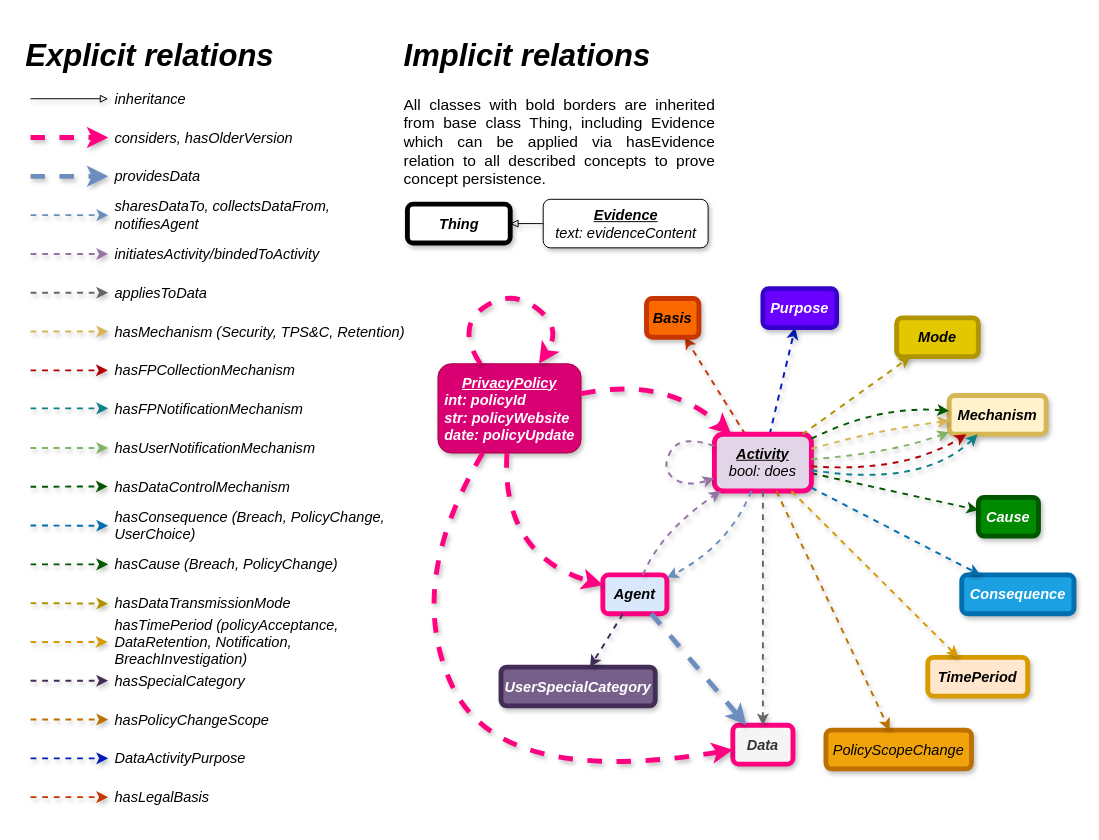
The draw.io diagram page "core" (2 of 2) of resources/docs/outdated/v1.1.2/ontology.drawio in kuznetsovmd/pp-ontology, before the edit. Source tidied: cells renumbered, new cells numbered last; positions are measured from the earlier drawing's top-left corner, leaving out a move shared by most shapes. Both pictures are drawn from the tidied source at 97%, with x=0, y=0 at pixel (20, 26).
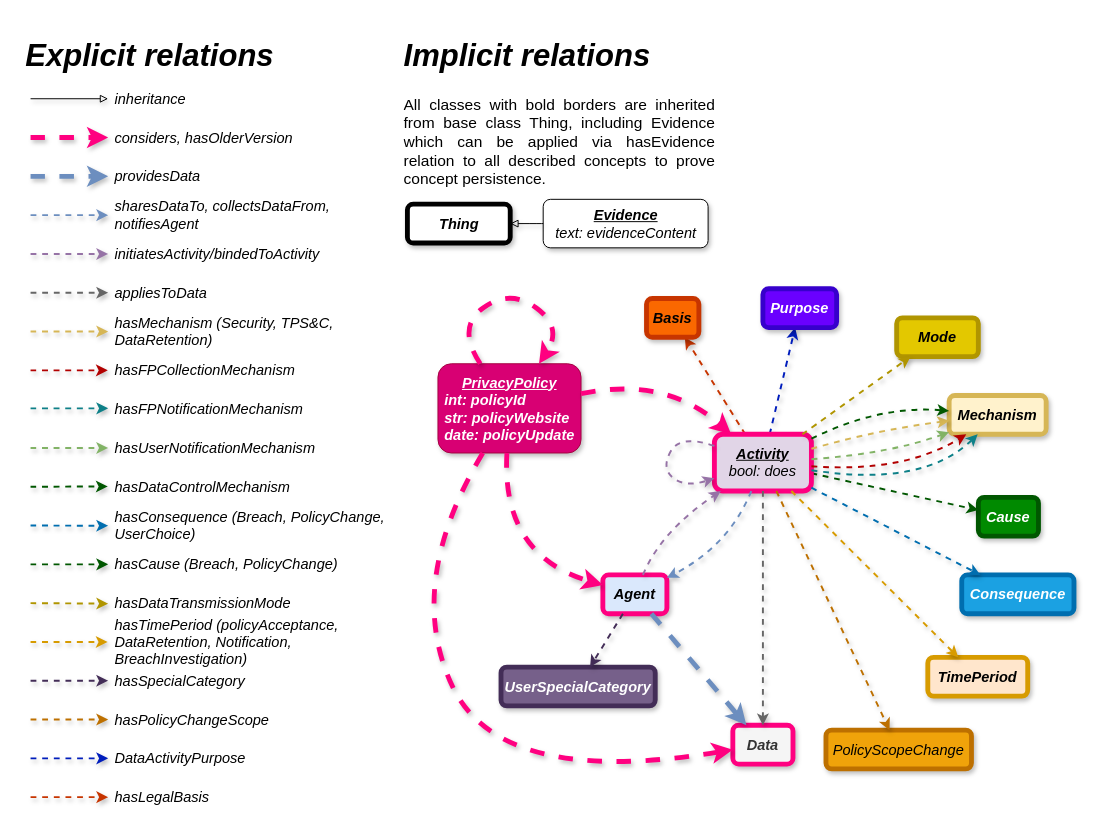
The same page after the edit.

The change refers to these unchanged cells:
```xml
<mxCell id="20" style="group;" parent="1" vertex="1">
  <mxGeometry width="405" height="814.3" as="geometry" />
</mxCell>
```

What changed in the source:
```diff
@@
-    <mxCell id="31" value="hasMechanism (Security, TPS&amp;amp;C, Retention)" style="text;html=1;strokeColor=none;fillColor=none;align=left;verticalAlign=middle;whiteSpace=wrap;rounded=0;fontSize=15;shadow=1;fontFamily=Helvetica;fontStyle=2;" parent="20" vertex="1">
+    <mxCell id="31" value="hasMechanism (Security, TPS&amp;amp;C, DataRetention)" style="text;html=1;strokeColor=none;fillColor=none;align=left;verticalAlign=middle;whiteSpace=wrap;rounded=0;fontSize=15;shadow=1;fontFamily=Helvetica;fontStyle=2;" parent="20" vertex="1">
       <mxGeometry x="95.2" y="294.3" width="309.8" height="40" as="geometry" />
     </mxCell>
```
